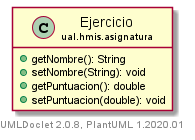
Earlier version of the PlantUML export EvaluarEjercicios/uml/ual.hmis.asignatura.Ejercicio.png (sb575/ProyectoEjercicio05).
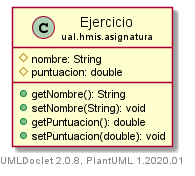
The same diagram one commit later.

What changed in the source:
```diff
@@ -4,6 +4,8 @@
     hide empty methods
 
     class "<size:14>Ejercicio\n<size:10>ual.hmis.asignatura" as ual.hmis.asignatura.Ejercicio [[../ual/hmis/asignatura/Ejercicio.html]] {
+        #nombre: String
+        #puntuacion: double
         +getNombre(): String
         +setNombre(String): void
         +getPuntuacion(): double
```
